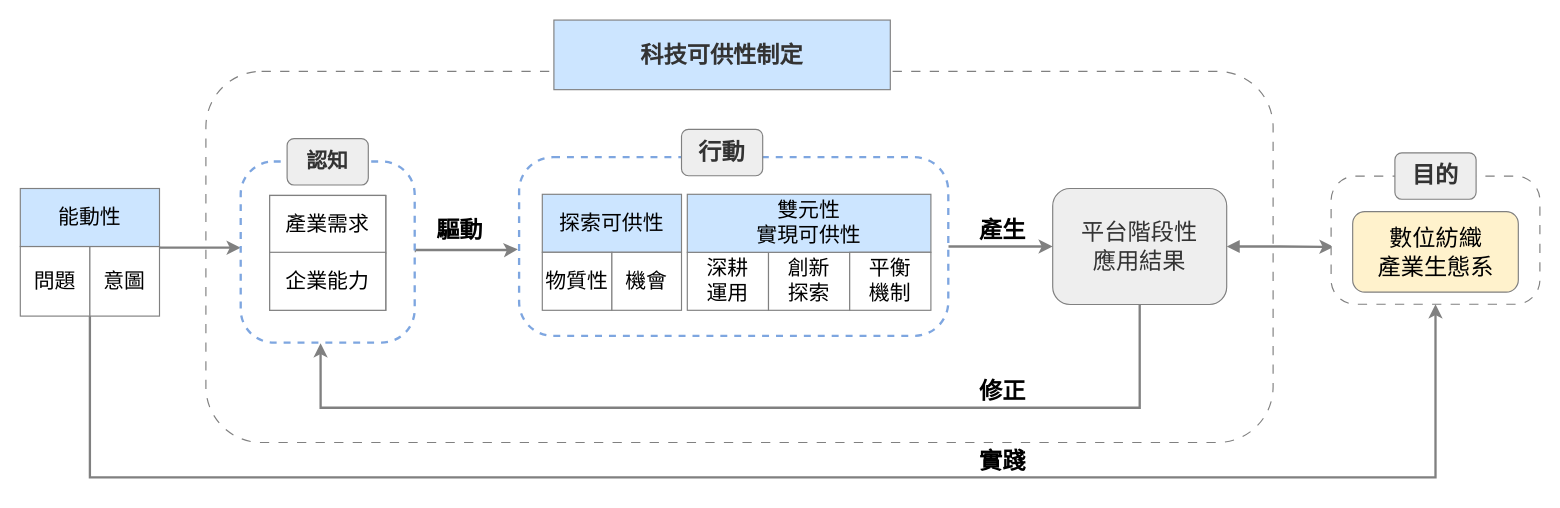
carina419/NTUST keeps this draw.io diagram as 論文ver1/圖片/frontier enactment theroy_v9.drawio. Above is the earlier version. Source tidied: cells renumbered, new cells numbered last; positions are measured from the earlier drawing's top-left corner, leaving out a move shared by most shapes. Both pictures are drawn from the tidied source at 116%, with x=0, y=0 at pixel (20, 20).
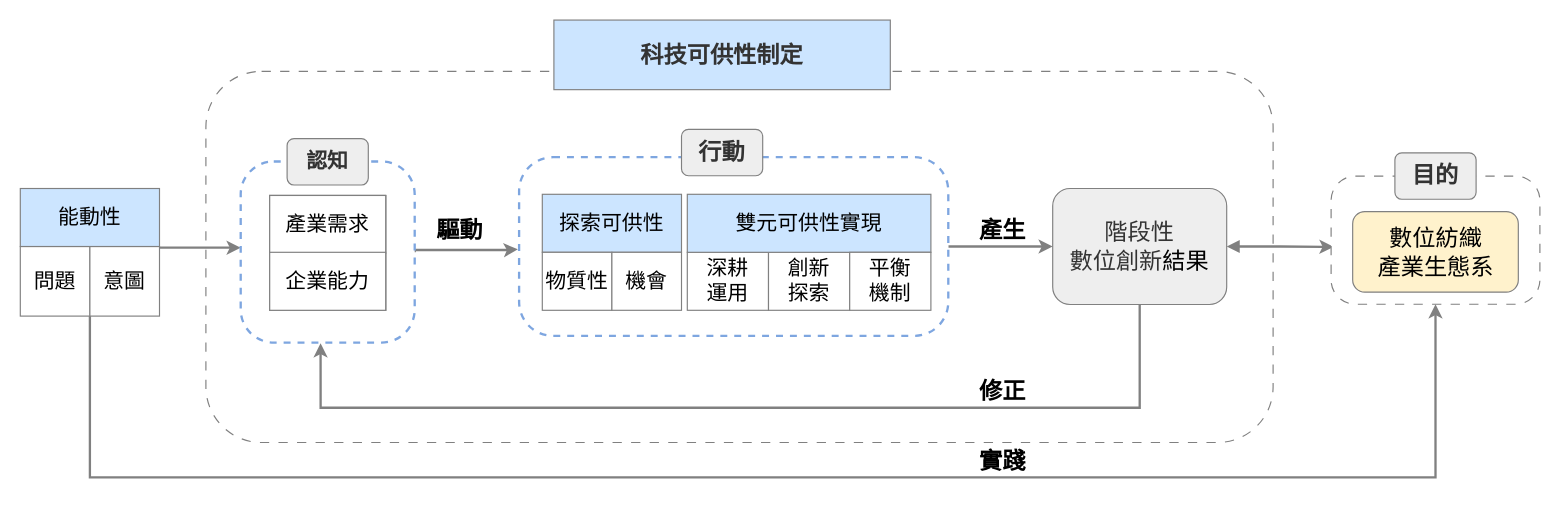
After the change.

The change refers to these unchanged cells:
```xml
<mxCell id="36" style="group;" parent="1" vertex="1">
  <mxGeometry x="575" y="150" width="210" height="100" as="geometry" />
</mxCell>
```

Change to the diagram source:
```diff
@@
-    <mxCell id="11" value="&lt;font style=&quot;font-size: 20px;&quot; color=&quot;#333333&quot;&gt;平台階段性&lt;/font&gt;&lt;div&gt;&lt;font style=&quot;font-size: 20px;&quot; color=&quot;#333333&quot;&gt;應用結果&lt;/font&gt;&lt;/div&gt;" style="rounded=1;whiteSpace=wrap;html=1;strokeColor=#808080;fillColor=#eeeeee;fontFamily=標楷體;fontSize=18;fontStyle=0;align=center;verticalAlign=middle;fontColor=default;" parent="1" vertex="1">
+    <mxCell id="11" value="&lt;div&gt;&lt;font style=&quot;font-size: 20px;&quot; color=&quot;#333333&quot;&gt;階段性&lt;/font&gt;&lt;/div&gt;&lt;div&gt;&lt;font style=&quot;font-size: 20px;&quot; color=&quot;#333333&quot;&gt;數位創新&lt;/font&gt;&lt;span style=&quot;font-size: 20px; background-color: transparent; color: light-dark(rgb(0, 0, 0), rgb(255, 255, 255));&quot;&gt;結果&lt;/span&gt;&lt;/div&gt;" style="rounded=1;whiteSpace=wrap;html=1;strokeColor=#808080;fillColor=#eeeeee;fontFamily=標楷體;fontSize=18;fontStyle=0;align=center;verticalAlign=middle;fontColor=default;" parent="1" vertex="1">
       <mxGeometry x="890" y="145" width="150" height="100" as="geometry" />
     </mxCell>
@@
-    <mxCell id="39" value="雙元性&lt;div&gt;實現可供性&lt;/div&gt;" style="rounded=0;whiteSpace=wrap;html=1;fontSize=18;fontFamily=標楷體;fillColor=#cce5ff;strokeColor=#808080;fontStyle=0;align=center;verticalAlign=middle;fontColor=default;" parent="36" vertex="1">
+    <mxCell id="39" value="雙元&lt;span style=&quot;background-color: transparent; color: light-dark(rgb(0, 0, 0), rgb(255, 255, 255));&quot;&gt;可供性實現&lt;/span&gt;" style="rounded=0;whiteSpace=wrap;html=1;fontSize=18;fontFamily=標楷體;fillColor=#cce5ff;strokeColor=#808080;fontStyle=0;align=center;verticalAlign=middle;fontColor=default;" parent="36" vertex="1">
       <mxGeometry width="210" height="50" as="geometry" />
     </mxCell>
```
